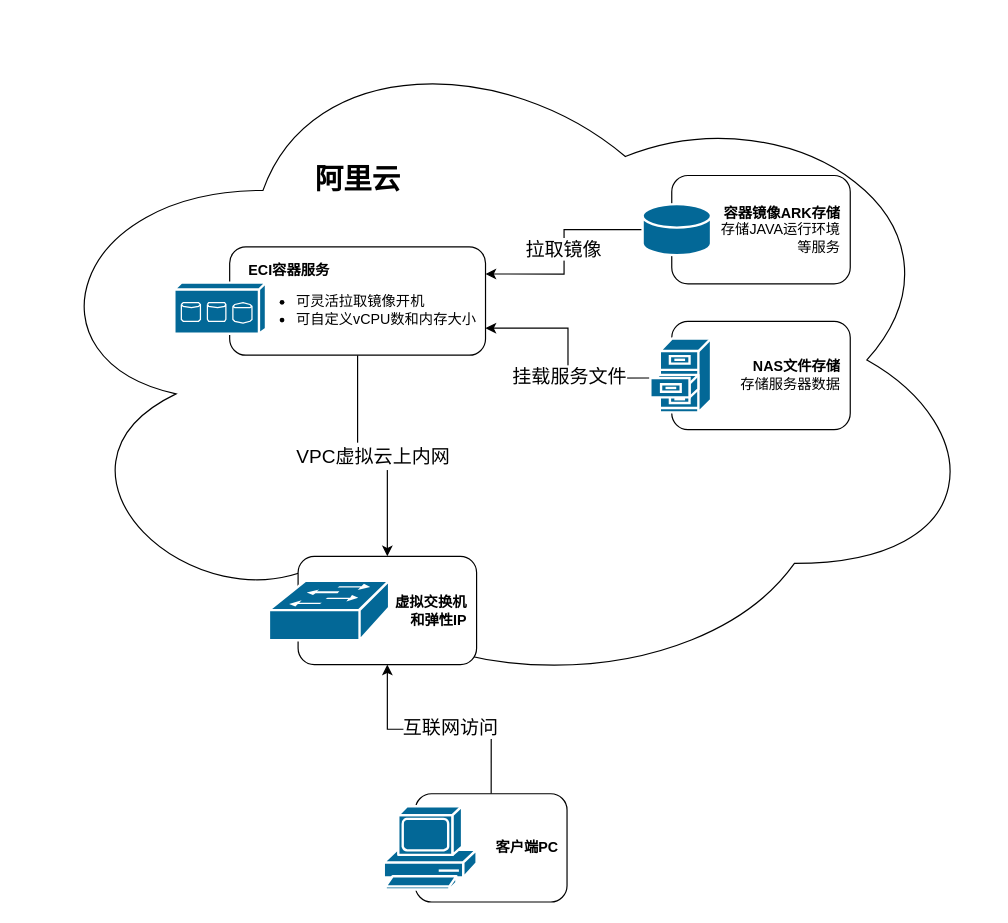
The draw.io diagram 未命名绘图.drawio in winotmk/drawio, before the edit. Source tidied: cells renumbered, new cells numbered last; positions are measured from the earlier drawing's top-left corner, leaving out a move shared by most shapes. Both pictures are drawn from the tidied source at 119%, with x=0, y=0 at pixel (21, 20).
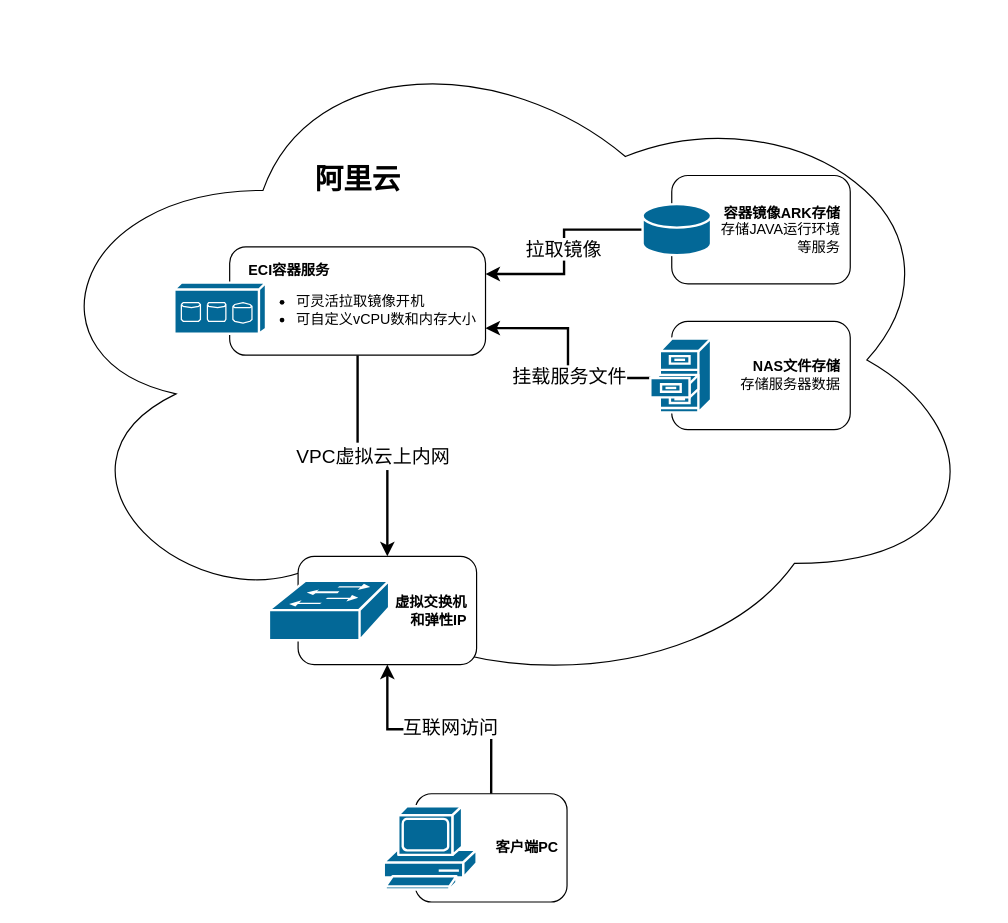
Above is the later version.

Commit message:
更新未命名绘图.drawio

The change refers to these unchanged cells:
```xml
<mxCell id="7" value="&lt;div style=&quot;&quot;&gt;&lt;b&gt;虚拟交换机&lt;/b&gt;&lt;/div&gt;&lt;div style=&quot;&quot;&gt;&lt;b&gt;和弹性IP&lt;/b&gt;&lt;/div&gt;&lt;div style=&quot;&quot;&gt;&lt;/div&gt;" style="rounded=1;whiteSpace=wrap;html=1;align=right;spacing=8;" parent="1" vertex="1">
  <mxGeometry x="232" y="450" width="150" height="91" as="geometry" />
</mxCell>
<mxCell id="10" style="shape=mxgraph.cisco.storage.file_cabinet;sketch=0;html=1;dashed=0;fillColor=#036897;strokeColor=#ffffff;strokeWidth=2;verticalLabelPosition=bottom;verticalAlign=top;align=center;outlineConnect=0;" parent="1" vertex="1">
  <mxGeometry x="528" y="267" width="51" height="62" as="geometry" />
</mxCell>
<mxCell id="15" style="shape=mxgraph.cisco.storage.relational_database;sketch=0;html=1;dashed=0;fillColor=#036897;strokeColor=#ffffff;strokeWidth=2;verticalLabelPosition=bottom;verticalAlign=top;align=center;outlineConnect=0;" parent="1" vertex="1">
  <mxGeometry x="521.5" y="154" width="57.5" height="43" as="geometry" />
</mxCell>
<mxCell id="18" value="&lt;div style=&quot;text-align: left;&quot;&gt;&lt;b&gt;ECI容器服务&lt;/b&gt;&lt;/div&gt;&lt;div style=&quot;&quot;&gt;&lt;ul&gt;&lt;li style=&quot;text-align: left;&quot;&gt;可灵活拉取镜像开机&lt;/li&gt;&lt;li style=&quot;text-align: left;&quot;&gt;可自定义vCPU数和内存大小&lt;/li&gt;&lt;/ul&gt;&lt;/div&gt;&lt;div style=&quot;&quot;&gt;&lt;/div&gt;" style="rounded=1;whiteSpace=wrap;html=1;align=right;spacing=8;" parent="1" vertex="1">
  <mxGeometry x="174.5" y="190" width="215" height="91" as="geometry" />
</mxCell>
<mxCell id="20" value="&lt;div style=&quot;&quot;&gt;&lt;b&gt;客户端PC&lt;/b&gt;&lt;/div&gt;&lt;div style=&quot;&quot;&gt;&lt;/div&gt;" style="rounded=1;whiteSpace=wrap;html=1;align=right;spacing=8;" parent="1" vertex="1">
  <mxGeometry x="330.5" y="649.5" width="127.5" height="91" as="geometry" />
</mxCell>
```

Change to the diagram source:
```diff
@@
-    <mxCell id="5" style="edgeStyle=orthogonalEdgeStyle;rounded=0;jettySize=auto;html=1;exitX=0.5;exitY=0;exitDx=0;exitDy=0;" parent="1" edge="1" source="20" target="7">
+    <mxCell id="5" style="edgeStyle=orthogonalEdgeStyle;rounded=0;jettySize=auto;html=1;exitX=0.5;exitY=0;exitDx=0;exitDy=0;strokeWidth=2;" parent="1" edge="1" source="20" target="7">
       <mxGeometry relative="1" as="geometry" />
     </mxCell>
@@
-    <mxCell id="8" style="edgeStyle=orthogonalEdgeStyle;rounded=0;jettySize=auto;html=1;exitX=0;exitY=0.535;exitDx=0;exitDy=0;exitPerimeter=0;entryX=1;entryY=0.75;entryDx=0;entryDy=0;" parent="1" edge="1" source="10" target="18">
+    <mxCell id="8" style="edgeStyle=orthogonalEdgeStyle;rounded=0;jettySize=auto;html=1;exitX=0;exitY=0.535;exitDx=0;exitDy=0;exitPerimeter=0;entryX=1;entryY=0.75;entryDx=0;entryDy=0;strokeWidth=2;" parent="1" edge="1" source="10" target="18">
       <mxGeometry relative="1" as="geometry" />
     </mxCell>
@@
-    <mxCell id="13" style="edgeStyle=orthogonalEdgeStyle;rounded=0;jettySize=auto;html=1;exitX=0;exitY=0.5;exitDx=0;exitDy=0;exitPerimeter=0;entryX=1;entryY=0.25;entryDx=0;entryDy=0;" parent="1" edge="1" source="15" target="18">
+    <mxCell id="13" style="edgeStyle=orthogonalEdgeStyle;rounded=0;jettySize=auto;html=1;exitX=0;exitY=0.5;exitDx=0;exitDy=0;exitPerimeter=0;entryX=1;entryY=0.25;entryDx=0;entryDy=0;strokeWidth=2;" parent="1" edge="1" source="15" target="18">
       <mxGeometry relative="1" as="geometry" />
     </mxCell>
@@
-    <mxCell id="16" style="edgeStyle=orthogonalEdgeStyle;rounded=0;jettySize=auto;html=1;exitX=0.5;exitY=1;exitDx=0;exitDy=0;entryX=0.5;entryY=0;entryDx=0;entryDy=0;" parent="1" edge="1" source="18" target="7">
+    <mxCell id="16" style="edgeStyle=orthogonalEdgeStyle;rounded=0;jettySize=auto;html=1;exitX=0.5;exitY=1;exitDx=0;exitDy=0;entryX=0.5;entryY=0;entryDx=0;entryDy=0;strokeWidth=2;" parent="1" edge="1" source="18" target="7">
       <mxGeometry relative="1" as="geometry" />
     </mxCell>
```
